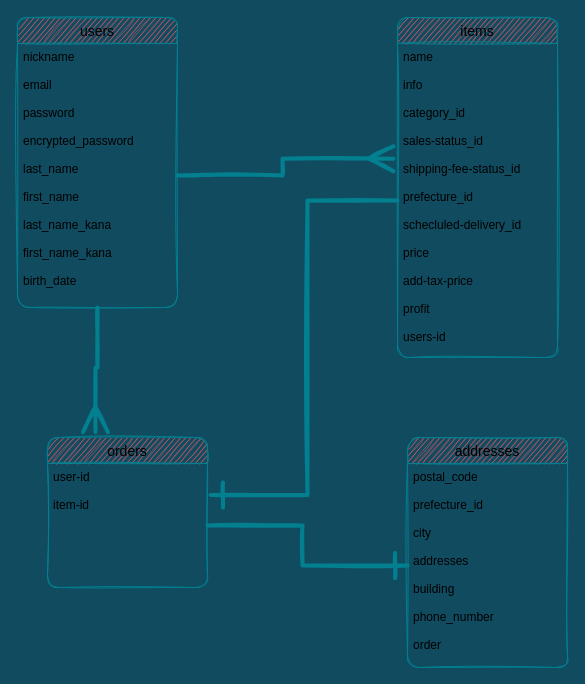
The draw.io diagram page "ページ1" (1 of 2) of test.dio in kou829/furima-31787, before the edit. Source tidied: cells renumbered, new cells numbered last; positions are measured from the earlier drawing's top-left corner, leaving out a move shared by most shapes. Both pictures are drawn from the tidied source at 100%, with x=0, y=0 at pixel (17, 17).
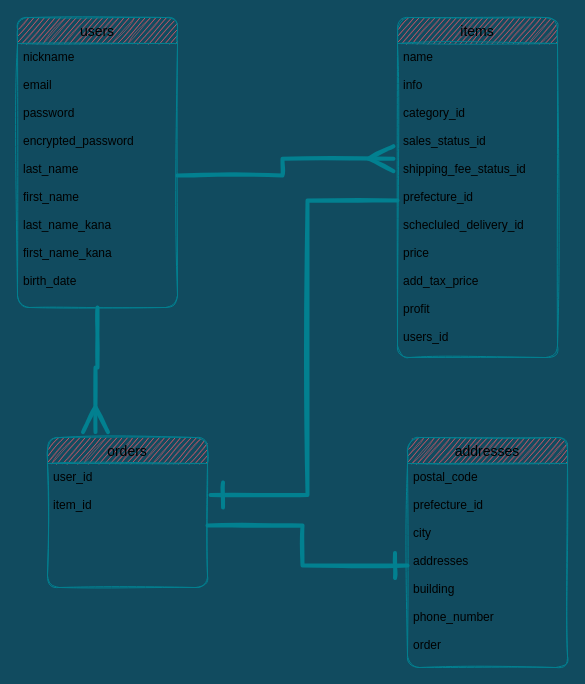
The same diagram, later.

Commit message (it also covers changes not shown here):
ER図・データベース設計再修正２

What changed in the source:
```diff
@@
 <mxGraphModel background="#114B5F">
   <root>
     <mxCell id="0" />
     <mxCell id="1" parent="0" />
     <mxCell id="2" value="items" style="swimlane;fontStyle=0;horizontal=1;startSize=26;align=center;fontSize=14;rounded=1;sketch=1;strokeColor=#028090;fillColor=#F45B69;" parent="1" vertex="1">
       <mxGeometry x="380" width="160" height="340" as="geometry" />
     </mxCell>
-    <mxCell id="3" value="name&#10;&#10;info&#10;&#10;category_id&#10;&#10;sales-status_id&#10;&#10;shipping-fee-status_id&#10;&#10;prefecture_id&#10;&#10;schecluled-delivery_id&#10;&#10;price&#10;&#10;add-tax-price&#10;&#10;profit&#10;&#10;users-id&#10;&#10;&#10;&#10;&#10;&#10;" style="text;strokeColor=none;fillColor=none;spacingLeft=4;spacingRight=4;overflow=hidden;points=[[0,0.5],[1,0.5]];portConstraint=eastwest;fontSize=12;" parent="2" vertex="1">
+    <mxCell id="3" value="name&#10;&#10;info&#10;&#10;category_id&#10;&#10;sales_status_id&#10;&#10;shipping_fee_status_id&#10;&#10;prefecture_id&#10;&#10;schecluled_delivery_id&#10;&#10;price&#10;&#10;add_tax_price&#10;&#10;profit&#10;&#10;users_id&#10;&#10;&#10;&#10;&#10;&#10;" style="text;strokeColor=none;fillColor=none;spacingLeft=4;spacingRight=4;overflow=hidden;points=[[0,0.5],[1,0.5]];portConstraint=eastwest;fontSize=12;" parent="2" vertex="1">
       <mxGeometry y="26" width="160" height="314" as="geometry" />
     </mxCell>
     <mxCell id="4" style="edgeStyle=orthogonalEdgeStyle;rounded=0;sketch=1;jumpSize=13;jettySize=auto;html=1;entryX=0.3;entryY=-0.036;entryDx=0;entryDy=0;entryPerimeter=0;startSize=20;endArrow=ERmany;endFill=0;endSize=20;strokeColor=#028090;strokeWidth=4;fillColor=#F45B69;fontColor=#E4FDE1;" parent="1" edge="1" source="5" target="9">
       <mxGeometry relative="1" as="geometry" />
     </mxCell>
     <mxCell id="5" value="users" style="swimlane;fontStyle=0;horizontal=1;startSize=26;align=center;fontSize=14;rounded=1;sketch=1;strokeColor=#028090;fillColor=#F45B69;" parent="1" vertex="1">
       <mxGeometry width="160" height="290" as="geometry" />
     </mxCell>
     <mxCell id="6" value="nickname&#10;&#10;email &#10;&#10;password&#10;&#10;encrypted_password&#10;&#10;last_name&#10;&#10;first_name&#10;&#10;last_name_kana&#10;&#10;first_name_kana&#10;&#10;birth_date" style="text;strokeColor=none;fillColor=none;spacingLeft=4;spacingRight=4;overflow=hidden;points=[[0,0.5],[1,0.5]];portConstraint=eastwest;fontSize=12;" parent="5" vertex="1">
       <mxGeometry y="26" width="160" height="264" as="geometry" />
     </mxCell>
     <mxCell id="7" style="edgeStyle=orthogonalEdgeStyle;rounded=0;sketch=1;jumpSize=13;jettySize=auto;html=1;exitX=1;exitY=0.5;exitDx=0;exitDy=0;entryX=-0.025;entryY=0.367;entryDx=0;entryDy=0;entryPerimeter=0;startSize=20;endArrow=ERmany;endFill=0;endSize=20;strokeColor=#028090;fillColor=#F45B69;fontColor=#E4FDE1;strokeWidth=4;" parent="1" edge="1" source="6" target="3">
       <mxGeometry relative="1" as="geometry" />
     </mxCell>
     <mxCell id="8" style="edgeStyle=orthogonalEdgeStyle;rounded=0;sketch=1;jumpSize=13;jettySize=auto;html=1;entryX=1.019;entryY=0.254;entryDx=0;entryDy=0;entryPerimeter=0;startSize=20;endArrow=ERone;endFill=0;endSize=20;strokeColor=#028090;strokeWidth=4;fillColor=#F45B69;fontColor=#E4FDE1;" parent="1" edge="1" source="3" target="10">
       <mxGeometry relative="1" as="geometry" />
     </mxCell>
     <mxCell id="9" value="orders" style="swimlane;fontStyle=0;horizontal=1;startSize=26;align=center;fontSize=14;rounded=1;sketch=1;strokeColor=#028090;fillColor=#F45B69;" parent="1" vertex="1">
       <mxGeometry x="30" y="420" width="160" height="150" as="geometry" />
     </mxCell>
-    <mxCell id="10" value="user-id&#10;&#10;item-id&#10;&#10;&#10;&#10;" style="text;strokeColor=none;fillColor=none;spacingLeft=4;spacingRight=4;overflow=hidden;points=[[0,0.5],[1,0.5]];portConstraint=eastwest;fontSize=12;" parent="9" vertex="1">
+    <mxCell id="10" value="user_id&#10;&#10;item_id&#10;&#10;&#10;&#10;" style="text;strokeColor=none;fillColor=none;spacingLeft=4;spacingRight=4;overflow=hidden;points=[[0,0.5],[1,0.5]];portConstraint=eastwest;fontSize=12;" parent="9" vertex="1">
       <mxGeometry y="26" width="160" height="124" as="geometry" />
     </mxCell>
     <mxCell id="11" value="addresses" style="swimlane;fontStyle=0;horizontal=1;startSize=26;align=center;fontSize=14;rounded=1;sketch=1;strokeColor=#028090;fillColor=#F45B69;" parent="1" vertex="1">
       <mxGeometry x="390" y="420" width="160" height="230" as="geometry" />
     </mxCell>
     <mxCell id="12" value="postal_code&#10;&#10;prefecture_id&#10;&#10;city&#10;&#10;addresses&#10;&#10;building&#10;&#10;phone_number&#10;&#10;order" style="text;strokeColor=none;fillColor=none;spacingLeft=4;spacingRight=4;overflow=hidden;points=[[0,0.5],[1,0.5]];portConstraint=eastwest;fontSize=12;" parent="11" vertex="1">
       <mxGeometry y="26" width="160" height="204" as="geometry" />
     </mxCell>
     <mxCell id="13" style="edgeStyle=orthogonalEdgeStyle;rounded=0;sketch=1;jumpSize=13;jettySize=auto;html=1;exitX=1;exitY=0.5;exitDx=0;exitDy=0;entryX=0;entryY=0.5;entryDx=0;entryDy=0;startSize=20;endArrow=ERone;endFill=0;endSize=20;strokeColor=#028090;strokeWidth=4;fillColor=#F45B69;fontColor=#E4FDE1;" parent="1" edge="1" source="10" target="12">
       <mxGeometry relative="1" as="geometry" />
     </mxCell>
   </root>
 </mxGraphModel>
```
